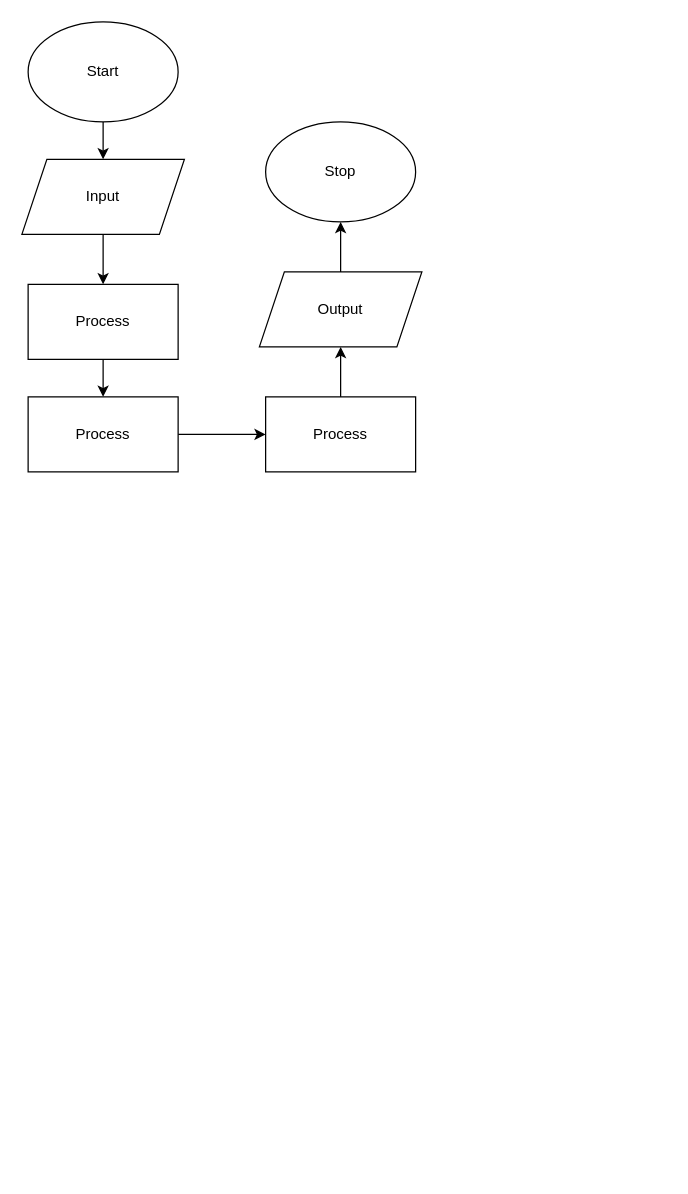
This is flowchart.drawio from Aleksandr-Ten/ICS3U-Unit3-05-Python, a draw.io file, before an edit. Source tidied: cells renumbered, new cells numbered last; positions are measured from the earlier drawing's top-left corner, leaving out a move shared by most shapes. Both pictures are drawn from the tidied source at 125%, with x=0, y=0 at pixel (21, 21).
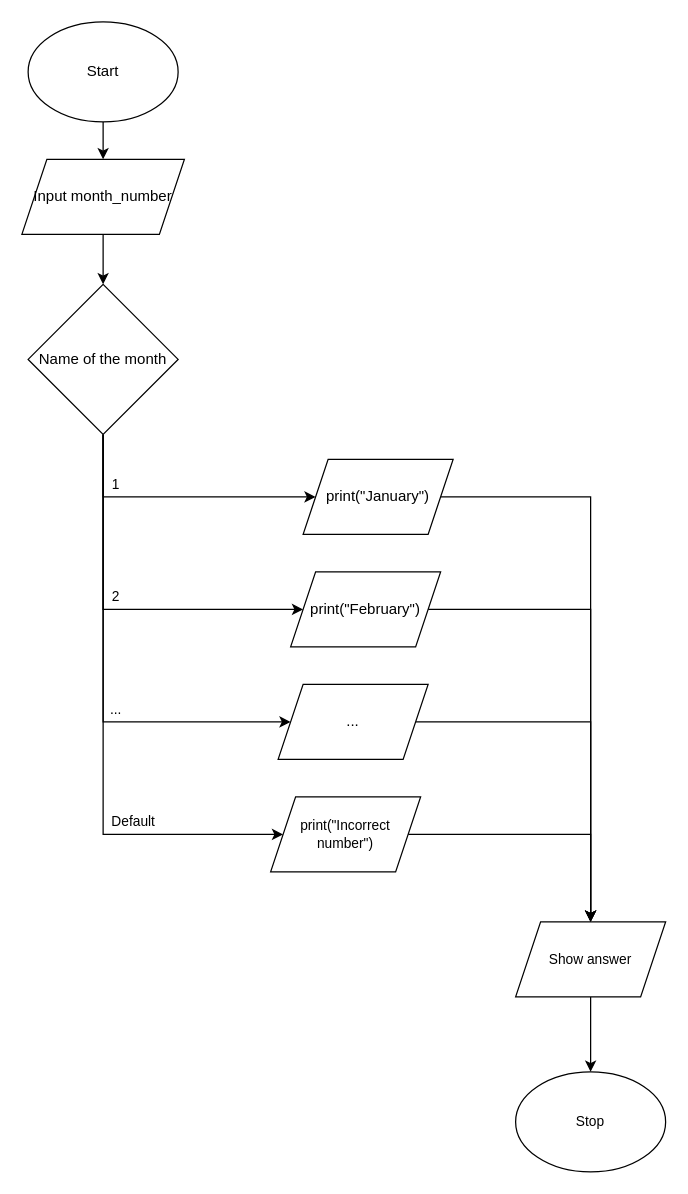
The same diagram, later.

The edit, as a diff of the source:
```diff
@@
-    <mxCell id="4" style="edgeStyle=none;html=1;exitX=0.5;exitY=1;exitDx=0;exitDy=0;entryX=0.5;entryY=0;entryDx=0;entryDy=0;" parent="1" edge="1" source="5" target="7">
-      <mxGeometry relative="1" as="geometry" />
-    </mxCell>
+    <mxCell id="15" style="edgeStyle=none;html=1;exitX=0.5;exitY=1;exitDx=0;exitDy=0;" parent="1" edge="1" source="5" target="12">
+      <mxGeometry relative="1" as="geometry" />
+    </mxCell>
-    <mxCell id="5" value="Input" style="shape=parallelogram;perimeter=parallelogramPerimeter;whiteSpace=wrap;html=1;fixedSize=1;" parent="1" vertex="1">
+    <mxCell id="5" value="Input month_number" style="shape=parallelogram;perimeter=parallelogramPerimeter;whiteSpace=wrap;html=1;fixedSize=1;" parent="1" vertex="1">
       <mxGeometry y="110" width="130" height="60" as="geometry" />
     </mxCell>
-    <mxCell id="6" style="edgeStyle=none;html=1;exitX=0.5;exitY=1;exitDx=0;exitDy=0;" parent="1" edge="1" source="7" target="9">
-      <mxGeometry relative="1" as="geometry" />
-    </mxCell>
-    <mxCell id="7" value="Process" style="rounded=0;whiteSpace=wrap;html=1;" parent="1" vertex="1">
-      <mxGeometry x="5" y="210" width="120" height="60" as="geometry" />
-    </mxCell>
-    <mxCell id="8" style="edgeStyle=none;html=1;exitX=1;exitY=0.5;exitDx=0;exitDy=0;entryX=0;entryY=0.5;entryDx=0;entryDy=0;" parent="1" edge="1" source="9" target="11">
-      <mxGeometry relative="1" as="geometry" />
-    </mxCell>
-    <mxCell id="9" value="Process" style="rounded=0;whiteSpace=wrap;html=1;" parent="1" vertex="1">
-      <mxGeometry x="5" y="300" width="120" height="60" as="geometry" />
-    </mxCell>
-    <mxCell id="10" style="edgeStyle=none;html=1;exitX=0.5;exitY=0;exitDx=0;exitDy=0;" parent="1" edge="1" source="11" target="13">
-      <mxGeometry relative="1" as="geometry" />
-    </mxCell>
-    <mxCell id="11" value="Process" style="rounded=0;whiteSpace=wrap;html=1;" parent="1" vertex="1">
-      <mxGeometry x="195" y="300" width="120" height="60" as="geometry" />
-    </mxCell>
+    <mxCell id="16" style="edgeStyle=orthogonalEdgeStyle;html=1;entryX=0;entryY=0.5;entryDx=0;entryDy=0;rounded=0;" parent="1" edge="1" source="12" target="21">
+      <mxGeometry relative="1" as="geometry">
+        <Array as="points">
+          <mxPoint x="65" y="380" />
+        </Array>
+      </mxGeometry>
+    </mxCell>
+    <mxCell id="17" style="edgeStyle=orthogonalEdgeStyle;shape=connector;rounded=0;html=1;exitX=0.5;exitY=1;exitDx=0;exitDy=0;entryX=0;entryY=0.5;entryDx=0;entryDy=0;labelBackgroundColor=default;fontFamily=Helvetica;fontSize=11;fontColor=default;endArrow=classic;strokeColor=default;" parent="1" edge="1" source="12" target="23">
+      <mxGeometry relative="1" as="geometry">
+        <Array as="points">
+          <mxPoint x="65" y="470" />
+        </Array>
+      </mxGeometry>
+    </mxCell>
+    <mxCell id="18" style="edgeStyle=orthogonalEdgeStyle;shape=connector;rounded=0;html=1;entryX=0;entryY=0.5;entryDx=0;entryDy=0;labelBackgroundColor=default;fontFamily=Helvetica;fontSize=11;fontColor=default;endArrow=classic;strokeColor=default;" parent="1" edge="1" source="12" target="25">
+      <mxGeometry relative="1" as="geometry">
+        <Array as="points">
+          <mxPoint x="65" y="560" />
+        </Array>
+      </mxGeometry>
+    </mxCell>
+    <mxCell id="19" style="edgeStyle=orthogonalEdgeStyle;shape=connector;rounded=0;html=1;exitX=0.5;exitY=1;exitDx=0;exitDy=0;entryX=0;entryY=0.5;entryDx=0;entryDy=0;labelBackgroundColor=default;fontFamily=Helvetica;fontSize=11;fontColor=default;endArrow=classic;strokeColor=default;" parent="1" edge="1" source="12" target="29">
+      <mxGeometry relative="1" as="geometry">
+        <Array as="points">
+          <mxPoint x="65" y="650" />
+        </Array>
+      </mxGeometry>
+    </mxCell>
-    <mxCell id="12" style="edgeStyle=none;html=1;" parent="1" edge="1" source="13" target="14">
-      <mxGeometry relative="1" as="geometry" />
+    <mxCell id="12" value="Name of the month" style="rhombus;whiteSpace=wrap;html=1;" parent="1" vertex="1">
+      <mxGeometry x="5" y="210" width="120" height="120" as="geometry" />
     </mxCell>
-    <mxCell id="13" value="Output" style="shape=parallelogram;perimeter=parallelogramPerimeter;whiteSpace=wrap;html=1;fixedSize=1;" parent="1" vertex="1">
-      <mxGeometry x="190" y="200" width="130" height="60" as="geometry" />
-    </mxCell>
+    <mxCell id="20" style="edgeStyle=orthogonalEdgeStyle;shape=connector;rounded=0;html=1;exitX=1;exitY=0.5;exitDx=0;exitDy=0;labelBackgroundColor=default;fontFamily=Helvetica;fontSize=11;fontColor=default;endArrow=classic;strokeColor=default;" parent="1" edge="1" source="21" target="27">
+      <mxGeometry relative="1" as="geometry" />
+    </mxCell>
+    <mxCell id="21" value="print(&quot;January&quot;)" style="shape=parallelogram;perimeter=parallelogramPerimeter;whiteSpace=wrap;html=1;fixedSize=1;" parent="1" vertex="1">
+      <mxGeometry x="225" y="350" width="120" height="60" as="geometry" />
+    </mxCell>
+    <mxCell id="22" style="edgeStyle=orthogonalEdgeStyle;shape=connector;rounded=0;html=1;exitX=1;exitY=0.5;exitDx=0;exitDy=0;entryX=0.5;entryY=0;entryDx=0;entryDy=0;labelBackgroundColor=default;fontFamily=Helvetica;fontSize=11;fontColor=default;endArrow=classic;strokeColor=default;" parent="1" edge="1" source="23" target="27">
+      <mxGeometry relative="1" as="geometry" />
+    </mxCell>
+    <mxCell id="23" value="print(&quot;February&quot;)" style="shape=parallelogram;perimeter=parallelogramPerimeter;whiteSpace=wrap;html=1;fixedSize=1;" parent="1" vertex="1">
+      <mxGeometry x="215" y="440" width="120" height="60" as="geometry" />
+    </mxCell>
+    <mxCell id="24" style="edgeStyle=orthogonalEdgeStyle;shape=connector;rounded=0;html=1;exitX=1;exitY=0.5;exitDx=0;exitDy=0;labelBackgroundColor=default;fontFamily=Helvetica;fontSize=11;fontColor=default;endArrow=classic;strokeColor=default;" parent="1" edge="1" source="25" target="27">
+      <mxGeometry relative="1" as="geometry" />
+    </mxCell>
+    <mxCell id="25" value="..." style="shape=parallelogram;perimeter=parallelogramPerimeter;whiteSpace=wrap;html=1;fixedSize=1;" parent="1" vertex="1">
+      <mxGeometry x="205" y="530" width="120" height="60" as="geometry" />
+    </mxCell>
+    <mxCell id="26" style="edgeStyle=orthogonalEdgeStyle;shape=connector;rounded=0;html=1;labelBackgroundColor=default;fontFamily=Helvetica;fontSize=11;fontColor=default;endArrow=classic;strokeColor=default;" parent="1" edge="1" source="27" target="14">
+      <mxGeometry relative="1" as="geometry" />
+    </mxCell>
+    <mxCell id="27" value="Show answer" style="shape=parallelogram;perimeter=parallelogramPerimeter;whiteSpace=wrap;html=1;fixedSize=1;fontFamily=Helvetica;fontSize=11;fontColor=default;" parent="1" vertex="1">
+      <mxGeometry x="395" y="720" width="120" height="60" as="geometry" />
+    </mxCell>
+    <mxCell id="28" style="edgeStyle=orthogonalEdgeStyle;shape=connector;rounded=0;html=1;entryX=0.5;entryY=0;entryDx=0;entryDy=0;labelBackgroundColor=default;fontFamily=Helvetica;fontSize=11;fontColor=default;endArrow=classic;strokeColor=default;" parent="1" edge="1" source="29" target="27">
+      <mxGeometry relative="1" as="geometry" />
+    </mxCell>
+    <mxCell id="29" value="print(&quot;Incorrect number&quot;)" style="shape=parallelogram;perimeter=parallelogramPerimeter;whiteSpace=wrap;html=1;fixedSize=1;fontFamily=Helvetica;fontSize=11;fontColor=default;" parent="1" vertex="1">
+      <mxGeometry x="199" y="620" width="120" height="60" as="geometry" />
+    </mxCell>
+    <mxCell id="30" value="1" style="text;html=1;align=center;verticalAlign=middle;fillColor=none;strokeColor=none;rounded=0;fontFamily=Helvetica;fontSize=11;fontColor=default;" parent="1" vertex="1">
+      <mxGeometry x="65" y="360" width="20" height="20" as="geometry" />
+    </mxCell>
+    <mxCell id="31" value="2" style="text;html=1;align=center;verticalAlign=middle;fillColor=none;strokeColor=none;rounded=0;fontFamily=Helvetica;fontSize=11;fontColor=default;" parent="1" vertex="1">
+      <mxGeometry x="65" y="450" width="20" height="20" as="geometry" />
+    </mxCell>
+    <mxCell id="32" value="..." style="text;html=1;align=center;verticalAlign=middle;fillColor=none;strokeColor=none;rounded=0;fontFamily=Helvetica;fontSize=11;fontColor=default;" parent="1" vertex="1">
+      <mxGeometry x="65" y="540" width="20" height="20" as="geometry" />
+    </mxCell>
+    <mxCell id="33" value="Default" style="text;html=1;align=center;verticalAlign=middle;fillColor=none;strokeColor=none;rounded=0;fontFamily=Helvetica;fontSize=11;fontColor=default;" parent="1" vertex="1">
+      <mxGeometry x="64" y="630" width="50" height="20" as="geometry" />
+    </mxCell>
-    <mxCell id="14" value="Stop" style="ellipse;whiteSpace=wrap;html=1;" parent="1" vertex="1">
-      <mxGeometry x="195" y="80" width="120" height="80" as="geometry" />
+    <mxCell id="14" value="Stop" style="ellipse;whiteSpace=wrap;html=1;fontFamily=Helvetica;fontSize=11;fontColor=default;" parent="1" vertex="1">
+      <mxGeometry x="395" y="840" width="120" height="80" as="geometry" />
     </mxCell>
```
